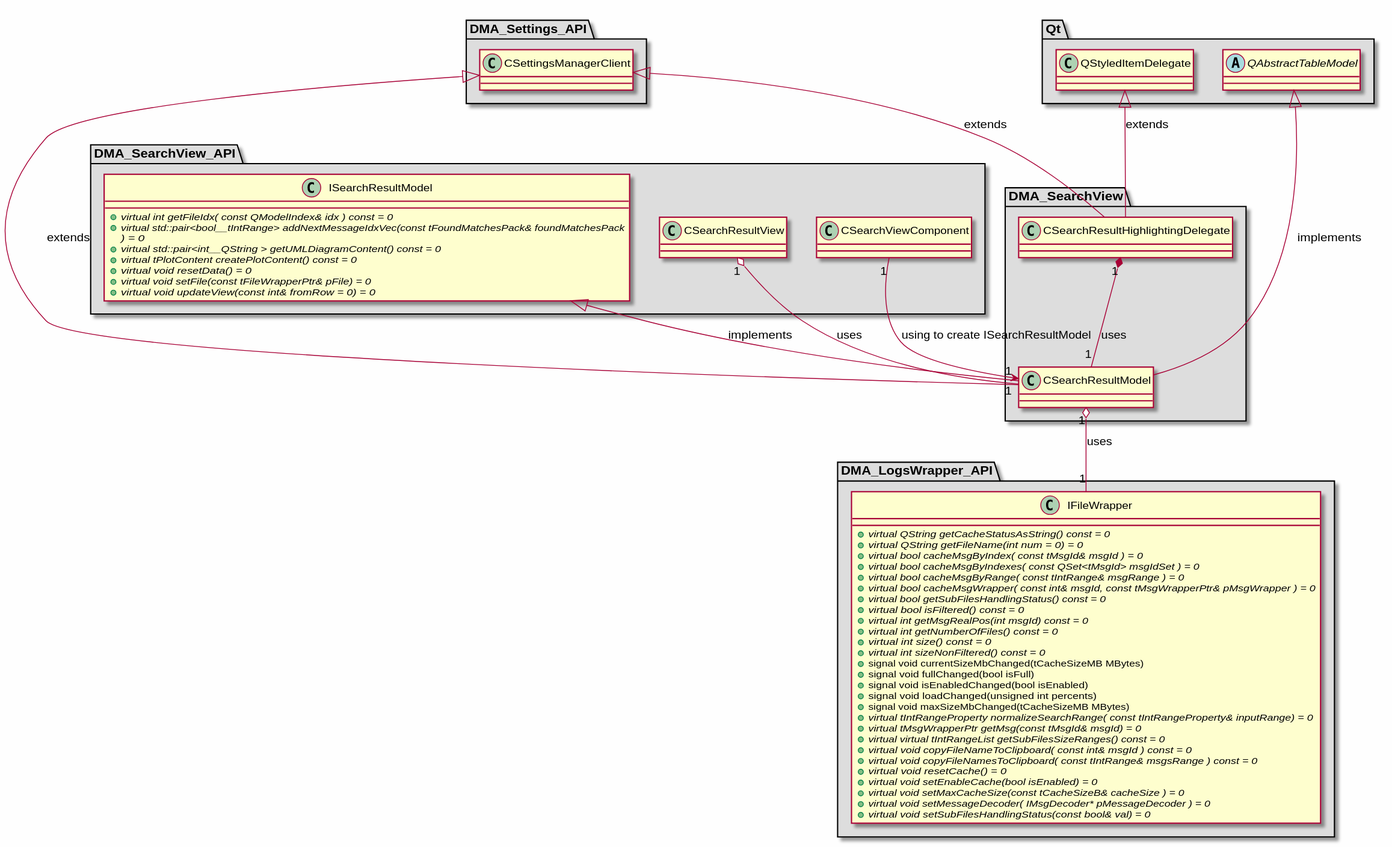
This is md/dev_docs/puml/DMA_SearchView.svg from svlad-90/DLT-Message-Analyzer, a PlantUML export, as it was before one commit.
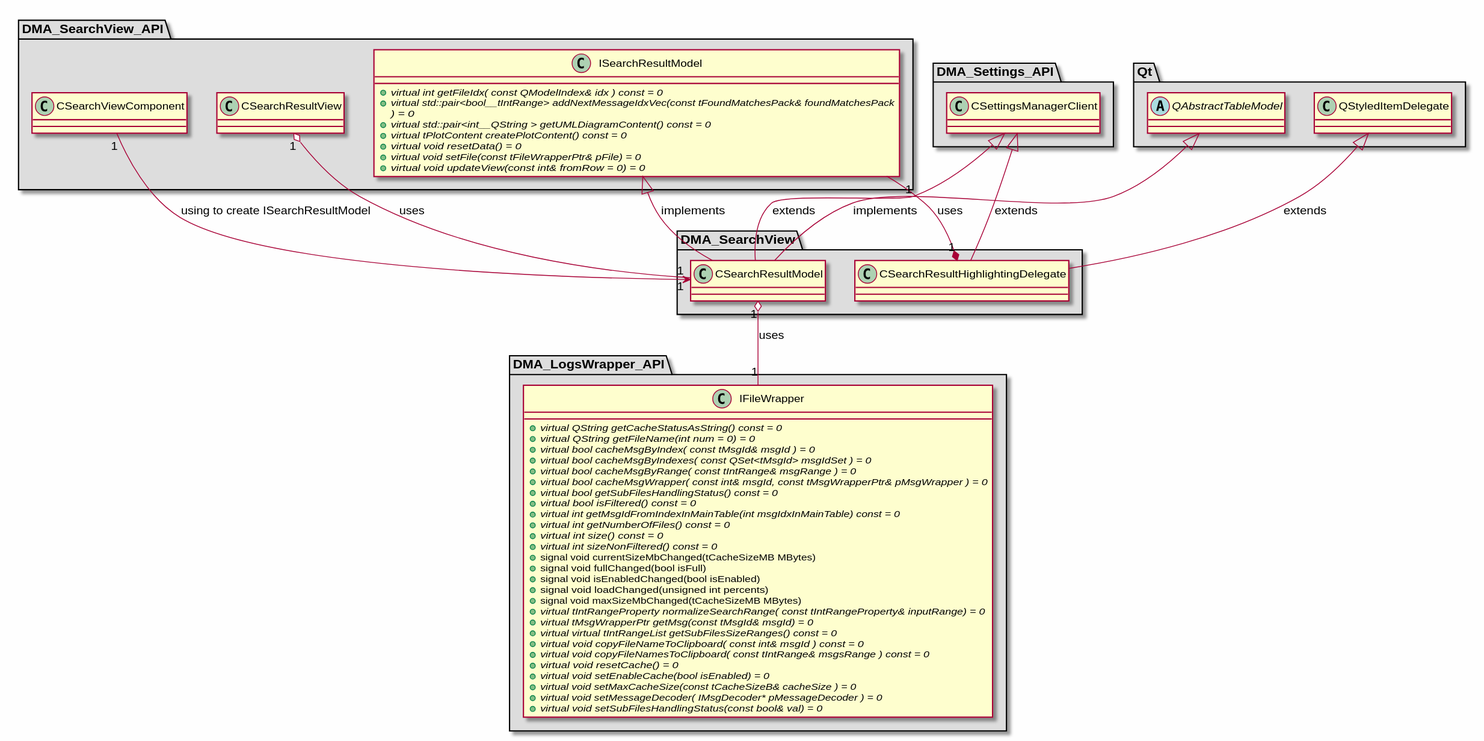
The same file after the commit.

Diff of the diagram source:
```diff
@@ -15,7 +15,7 @@
     + {abstract} virtual bool cacheMsgWrapper( const int& msgId, const tMsgWrapperPtr& pMsgWrapper ) = 0
     + {abstract} virtual bool getSubFilesHandlingStatus() const = 0
     + {abstract} virtual bool isFiltered() const = 0
-    + {abstract} virtual int getMsgRealPos(int msgId) const = 0
+    + {abstract} virtual int getMsgIdFromIndexInMainTable(int msgIdxInMainTable) const = 0
     + {abstract} virtual int getNumberOfFiles() const = 0
     + {abstract} virtual int size() const = 0
     + {abstract} virtual int sizeNonFiltered() const = 0
@@ -103,7 +103,7 @@
 ISearchResultModel <|-- CSearchResultModel : implements
 QAbstractTableModel <|-- CSearchResultModel : implements
 
-CSearchResultHighlightingDelegate "1" *-- "1" CSearchResultModel : uses
+CSearchResultHighlightingDelegate "1" *-- "1" ISearchResultModel : uses
 CSearchResultModel "1" o-- "1" IFileWrapper : uses
 CSearchResultView "1" o-- "1" CSearchResultModel : uses
 CSearchViewComponent "1" --> "1" CSearchResultModel : using to create ISearchResultModel
```
